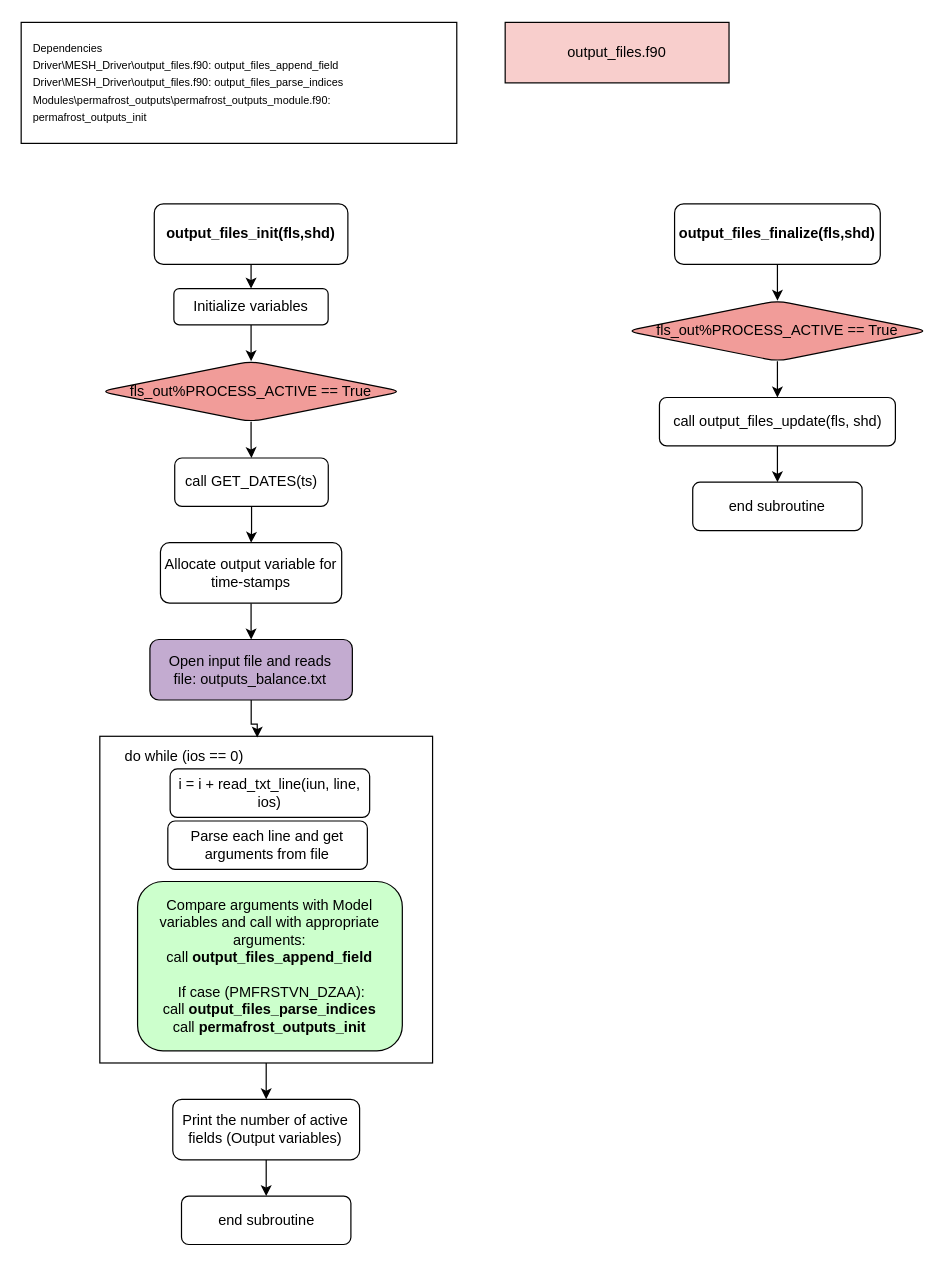
Earlier version of the draw.io diagram output_files.drawio (MeshMapping/r1749_Mappings). Source tidied: cells renumbered, new cells numbered last; positions are measured from the earlier drawing's top-left corner, leaving out a move shared by most shapes. Both pictures are drawn from the tidied source at 121%, with x=0, y=0 at pixel (21, 22).
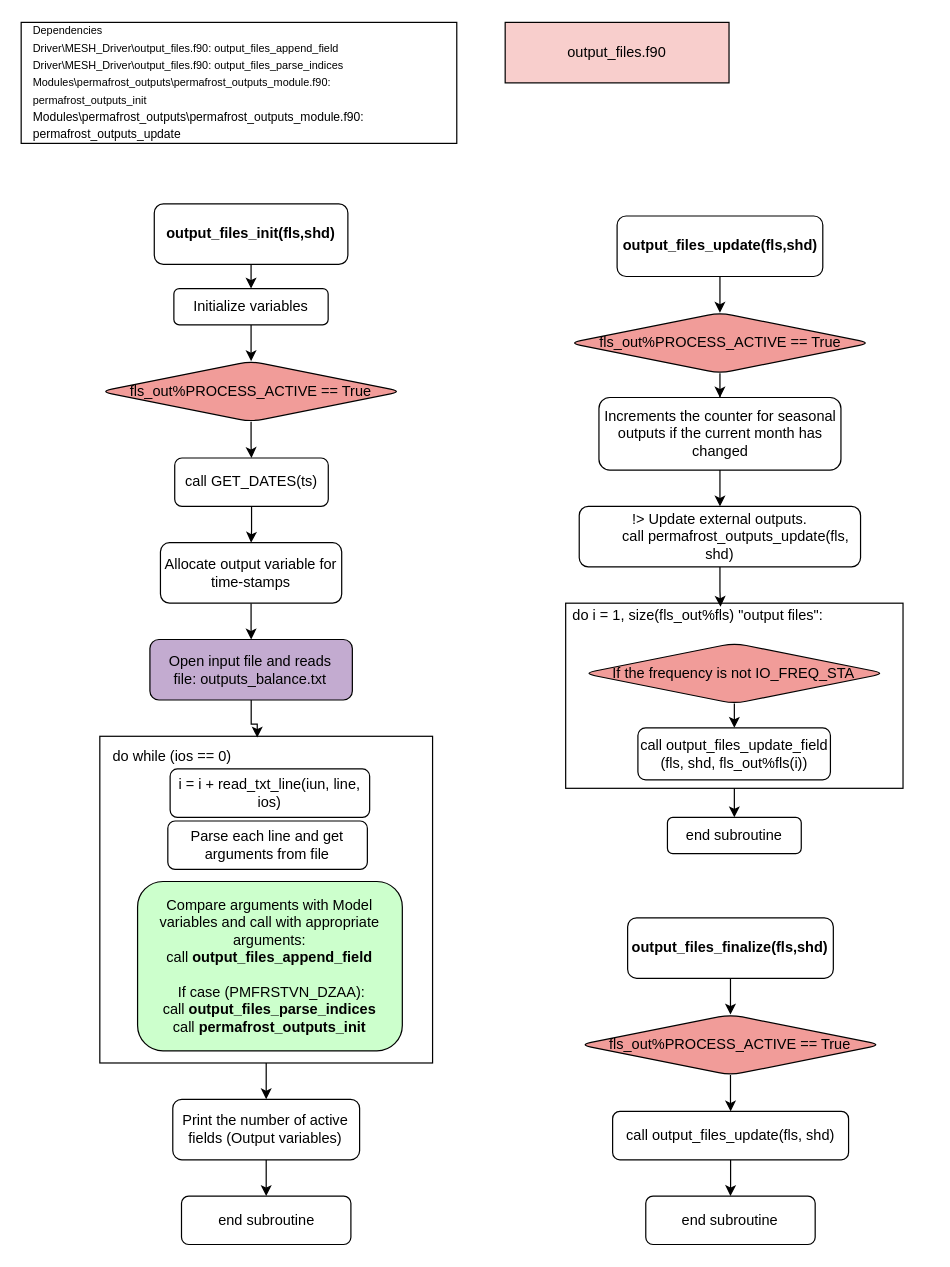
The same diagram, later.

Commit message (it also covers changes not shown here):
Finished mapping all branches of this version starting from MESH driver

Unchanged cells that the change refers to:
```xml
<mxCell id="3" style="group;" parent="1" vertex="1">
  <mxGeometry width="360" height="100" as="geometry" />
</mxCell>
```

Diff of the diagram source:
```diff
@@
-    <mxCell id="5" value="&lt;font style=&quot;font-size: 9px;&quot;&gt;Dependencies&lt;/font&gt;&lt;div&gt;&lt;div&gt;&lt;font style=&quot;font-size: 9px;&quot;&gt;Driver\MESH_Driver\output_files.f90: output_files_append_field&lt;/font&gt;&lt;/div&gt;&lt;div&gt;&lt;font style=&quot;font-size: 9px;&quot;&gt;Driver\MESH_Driver\output_files.f90: output_files_parse_indices&lt;/font&gt;&lt;/div&gt;&lt;div&gt;&lt;font style=&quot;font-size: 9px;&quot;&gt;Modules\permafrost_outputs\permafrost_outputs_module.f90: permafrost_outputs_init&lt;/font&gt;&lt;/div&gt;&lt;/div&gt;" style="text;html=1;align=left;verticalAlign=middle;whiteSpace=wrap;rounded=0;" parent="3" vertex="1">
+    <mxCell id="5" value="&lt;font style=&quot;font-size: 9px;&quot;&gt;Dependencies&lt;/font&gt;&lt;div&gt;&lt;div&gt;&lt;font style=&quot;font-size: 9px;&quot;&gt;Driver\MESH_Driver\output_files.f90: output_files_append_field&lt;/font&gt;&lt;/div&gt;&lt;div&gt;&lt;font style=&quot;font-size: 9px;&quot;&gt;Driver\MESH_Driver\output_files.f90: output_files_parse_indices&lt;/font&gt;&lt;/div&gt;&lt;div&gt;&lt;font style=&quot;font-size: 9px;&quot;&gt;Modules\permafrost_outputs\permafrost_outputs_module.f90: permafrost_outputs_init&lt;/font&gt;&lt;/div&gt;&lt;/div&gt;&lt;div&gt;&lt;font style=&quot;&quot;&gt;&lt;font size=&quot;1&quot;&gt;Modules\permafrost_outputs\permafrost_outputs_module.f90: permafrost_outputs_update&lt;/font&gt;&lt;/font&gt;&lt;/div&gt;" style="text;html=1;align=left;verticalAlign=middle;whiteSpace=wrap;rounded=0;" parent="3" vertex="1">
       <mxGeometry x="8.3" width="342.7" height="97.3" as="geometry" />
     </mxCell>
@@
     <mxCell id="23" value="do while (ios == 0)" style="text;html=1;align=center;verticalAlign=middle;whiteSpace=wrap;rounded=0;" parent="1" vertex="1">
-      <mxGeometry x="70" y="597" width="130" height="20" as="geometry" />
+      <mxGeometry x="60" y="597" width="130" height="20" as="geometry" />
     </mxCell>
@@
     <mxCell id="28" value="&lt;b&gt;output_files_finalize(fls,shd)&lt;/b&gt;" style="rounded=1;whiteSpace=wrap;html=1;" parent="1" vertex="1">
-      <mxGeometry x="540" y="150" width="170" height="50" as="geometry" />
+      <mxGeometry x="501.2" y="740" width="170" height="50" as="geometry" />
     </mxCell>
@@
     <mxCell id="30" value="&lt;div&gt;fls_out%PROCESS_ACTIVE == True&lt;/div&gt;" style="rhombus;whiteSpace=wrap;html=1;rounded=1;fillColor=#F19C99;" parent="1" vertex="1">
-      <mxGeometry x="500" y="230" width="250" height="50" as="geometry" />
+      <mxGeometry x="461.2" y="820" width="250" height="50" as="geometry" />
     </mxCell>
@@
     <mxCell id="32" value="call output_files_update(fls, shd)" style="whiteSpace=wrap;html=1;fillColor=#FFFFFF;rounded=1;" parent="1" vertex="1">
-      <mxGeometry x="527.5" y="310" width="195" height="40" as="geometry" />
+      <mxGeometry x="488.8" y="900" width="195" height="40" as="geometry" />
     </mxCell>
     <mxCell id="33" value="end subroutine" style="whiteSpace=wrap;html=1;rounded=1;" parent="1" vertex="1">
-      <mxGeometry x="555" y="380" width="140" height="40" as="geometry" />
+      <mxGeometry x="516.2" y="970" width="140" height="40" as="geometry" />
     </mxCell>
+    <mxCell id="34" style="edgeStyle=orthogonalEdgeStyle;rounded=0;jettySize=auto;html=1;" parent="1" edge="1" source="35" target="37">
+      <mxGeometry relative="1" as="geometry" />
+    </mxCell>
+    <mxCell id="35" value="&lt;b&gt;output_files_update(fls,shd)&lt;/b&gt;" style="rounded=1;whiteSpace=wrap;html=1;" parent="1" vertex="1">
+      <mxGeometry x="492.5" y="160" width="170" height="50" as="geometry" />
+    </mxCell>
+    <mxCell id="36" style="edgeStyle=orthogonalEdgeStyle;rounded=0;jettySize=auto;html=1;" parent="1" edge="1" source="37" target="39">
+      <mxGeometry relative="1" as="geometry" />
+    </mxCell>
+    <mxCell id="37" value="&lt;div&gt;fls_out%PROCESS_ACTIVE == True&lt;/div&gt;" style="rhombus;whiteSpace=wrap;html=1;rounded=1;fillColor=#F19C99;" parent="1" vertex="1">
+      <mxGeometry x="452.5" y="240" width="250" height="50" as="geometry" />
+    </mxCell>
+    <mxCell id="38" style="edgeStyle=orthogonalEdgeStyle;rounded=0;jettySize=auto;html=1;" parent="1" edge="1" source="39" target="41">
+      <mxGeometry relative="1" as="geometry" />
+    </mxCell>
+    <mxCell id="39" value="Increments the counter for seasonal outputs if the current month has changed" style="whiteSpace=wrap;html=1;fillColor=#FFFFFF;rounded=1;" parent="1" vertex="1">
+      <mxGeometry x="477.5" y="310" width="200" height="60" as="geometry" />
+    </mxCell>
+    <mxCell id="40" value="end subroutine" style="whiteSpace=wrap;html=1;rounded=1;" parent="1" vertex="1">
+      <mxGeometry x="534.1" y="657" width="110.6" height="30" as="geometry" />
+    </mxCell>
+    <mxCell id="41" value="&lt;div&gt;!&amp;gt; Update external outputs.&lt;/div&gt;&lt;div&gt;&amp;nbsp; &amp;nbsp; &amp;nbsp; &amp;nbsp; call permafrost_outputs_update(fls, shd)&lt;/div&gt;" style="whiteSpace=wrap;html=1;fillColor=#FFFFFF;rounded=1;" parent="1" vertex="1">
+      <mxGeometry x="461.2" y="400" width="232.5" height="50" as="geometry" />
+    </mxCell>
+    <mxCell id="42" style="group;" parent="1" vertex="1">
+      <mxGeometry x="450" y="480" width="278.8" height="153" as="geometry" />
+    </mxCell>
+    <mxCell id="43" style="rounded=0;whiteSpace=wrap;html=1;" parent="42" vertex="1">
+      <mxGeometry width="278.8" height="153" as="geometry" />
+    </mxCell>
+    <mxCell id="44" value="do i = 1, size(fls_out%fls) &quot;output files&quot;:" style="text;html=1;align=center;verticalAlign=middle;whiteSpace=wrap;rounded=0;" parent="42" vertex="1">
+      <mxGeometry width="218.8" height="20" as="geometry" />
+    </mxCell>
+    <mxCell id="45" style="edgeStyle=orthogonalEdgeStyle;rounded=0;jettySize=auto;html=1;" parent="42" edge="1" source="46" target="47">
+      <mxGeometry relative="1" as="geometry" />
+    </mxCell>
+    <mxCell id="46" value="&lt;div&gt;If the frequency is not IO_FREQ_STA&lt;/div&gt;" style="rhombus;whiteSpace=wrap;html=1;rounded=1;fillColor=#F19C99;" parent="42" vertex="1">
+      <mxGeometry x="14.4" y="33" width="250" height="50" as="geometry" />
+    </mxCell>
+    <mxCell id="47" value="call output_files_update_field&lt;div&gt;(fls, shd, fls_out%fls(i))&lt;/div&gt;" style="whiteSpace=wrap;html=1;fillColor=#FFFFFF;rounded=1;" parent="42" vertex="1">
+      <mxGeometry x="59.7" y="103" width="159.1" height="43" as="geometry" />
+    </mxCell>
+    <mxCell id="48" style="edgeStyle=orthogonalEdgeStyle;rounded=0;jettySize=auto;html=1;entryX=0.585;entryY=0.15;entryDx=0;entryDy=0;entryPerimeter=0;" parent="1" edge="1" source="41" target="44">
+      <mxGeometry relative="1" as="geometry" />
+    </mxCell>
+    <mxCell id="49" style="edgeStyle=orthogonalEdgeStyle;rounded=0;jettySize=auto;html=1;entryX=0.5;entryY=0;entryDx=0;entryDy=0;" parent="1" edge="1" source="43" target="40">
+      <mxGeometry relative="1" as="geometry" />
+    </mxCell>
```
